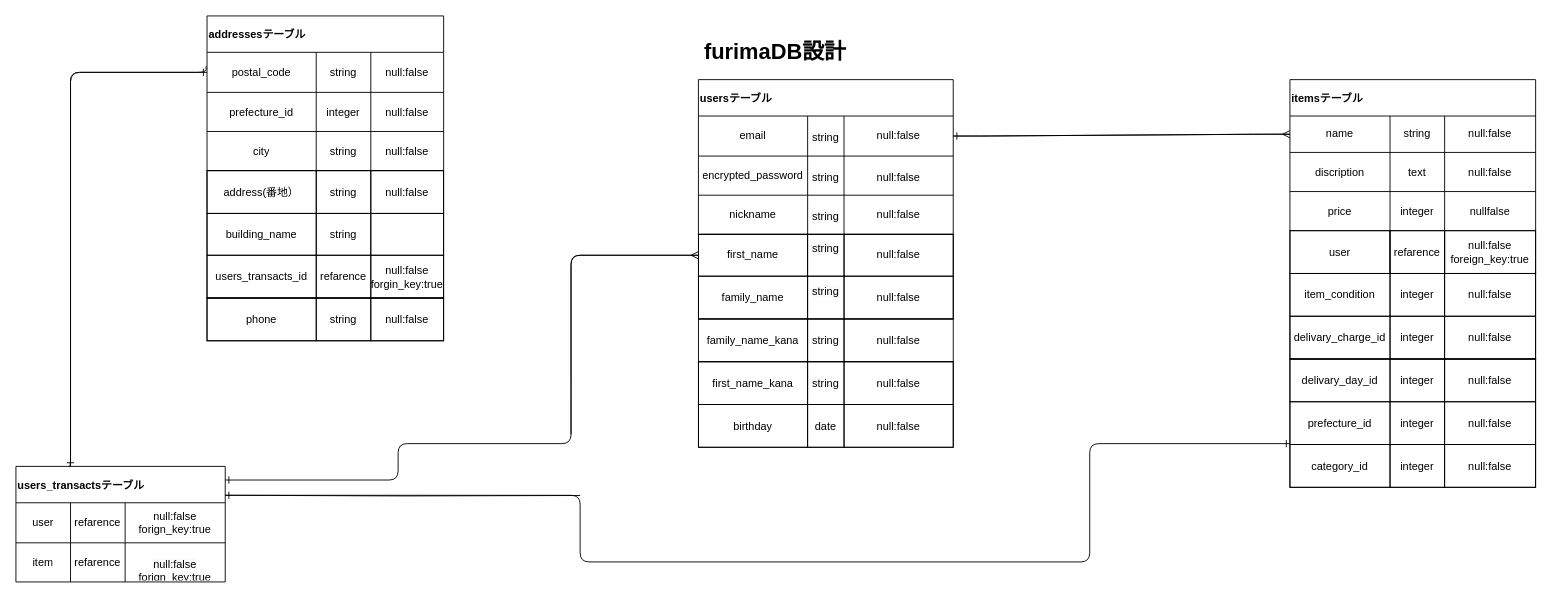
hiro1090/furima-40159 keeps this draw.io diagram as test.dio. Above is the earlier version. Source tidied: cells renumbered, new cells numbered last; positions are measured from the earlier drawing's top-left corner, leaving out a move shared by most shapes. Both pictures are drawn from the tidied source at 91%, with x=0, y=0 at pixel (15, 15).
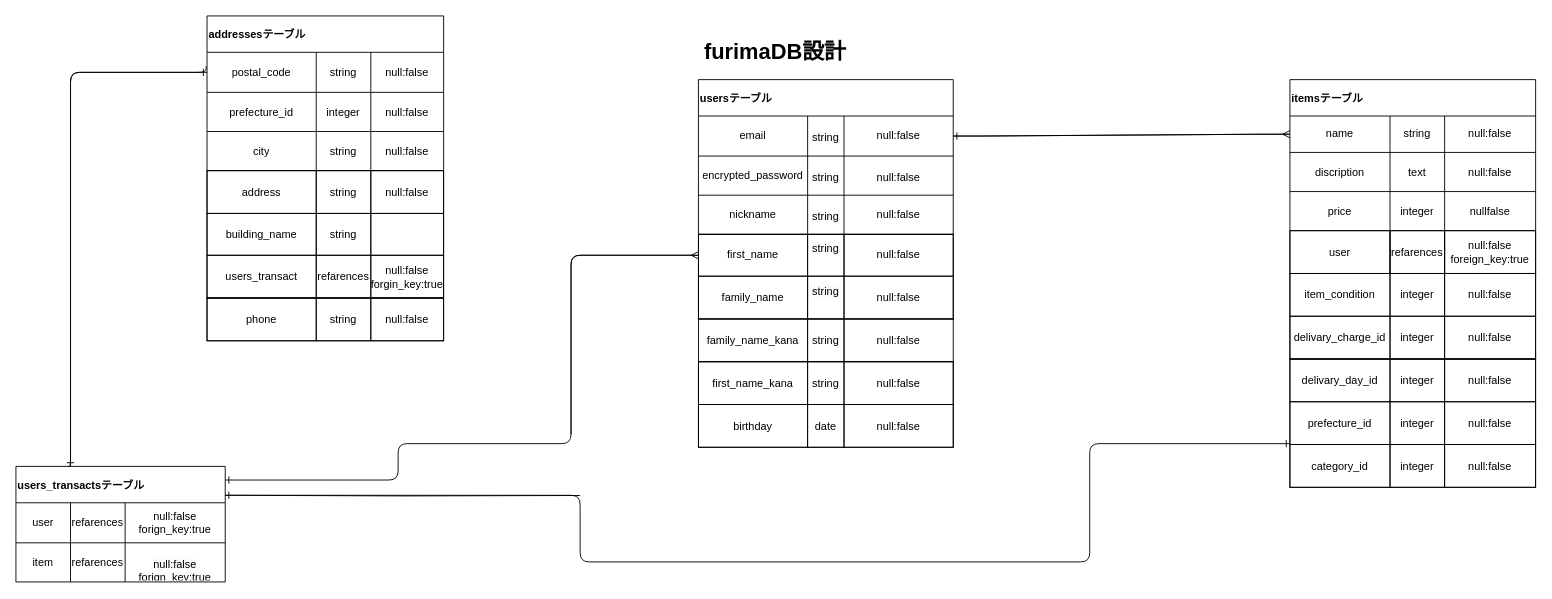
Above is the later version.

Unchanged cells that the change refers to:
```xml
<mxCell id="38" style="shape=tableRow;horizontal=0;startSize=0;swimlaneHead=0;swimlaneBody=0;top=0;left=0;bottom=0;right=0;fontStyle=0;fillColor=none;strokeColor=inherit;sketch=0;strokeWidth=1;" parent="25" vertex="1">
  <mxGeometry y="166" width="270" height="47" as="geometry" />
</mxCell>
<mxCell id="56" style="shape=tableRow;horizontal=0;startSize=0;swimlaneHead=0;swimlaneBody=0;top=0;left=0;bottom=0;right=0;fontStyle=0;fillColor=none;strokeColor=inherit;sketch=0;strokeWidth=1;" parent="55" vertex="1">
  <mxGeometry width="260" height="47" as="geometry" />
</mxCell>
<mxCell id="64" style="shape=tableRow;horizontal=0;startSize=0;swimlaneHead=0;swimlaneBody=0;top=0;left=0;bottom=0;right=0;fontStyle=0;fillColor=none;strokeColor=inherit;sketch=0;strokeWidth=1;" parent="55" vertex="1">
  <mxGeometry y="93" width="260" height="47" as="geometry" />
</mxCell>
<mxCell id="106" style="shape=tableRow;horizontal=0;startSize=0;swimlaneHead=0;swimlaneBody=0;top=0;left=0;bottom=0;right=0;fillColor=none;" parent="105" vertex="1">
  <mxGeometry y="40" width="230" height="44" as="geometry" />
</mxCell>
<mxCell id="110" style="shape=tableRow;horizontal=0;startSize=0;swimlaneHead=0;swimlaneBody=0;top=0;left=0;bottom=0;right=0;fillColor=none;" parent="105" vertex="1">
  <mxGeometry y="84" width="230" height="43" as="geometry" />
</mxCell>
```

What changed in the source:
```diff
@@
-    <mxCell id="40" value="refarence" style="strokeColor=inherit;fillColor=none;align=center;whiteSpace=wrap;html=1;sketch=0;strokeWidth=1;" parent="38" vertex="1">
+    <mxCell id="40" value="refarences" style="strokeColor=inherit;fillColor=none;align=center;whiteSpace=wrap;html=1;sketch=0;strokeWidth=1;" parent="38" vertex="1">
       <mxGeometry x="110" width="60" height="47" as="geometry" />
     </mxCell>
@@
-    <mxCell id="57" value="address(番地）" style="strokeColor=inherit;fillColor=none;align=center;whiteSpace=wrap;html=1;sketch=0;strokeWidth=1;" parent="56" vertex="1">
+    <mxCell id="57" value="address" style="strokeColor=inherit;fillColor=none;align=center;whiteSpace=wrap;html=1;sketch=0;strokeWidth=1;" parent="56" vertex="1">
       <mxGeometry width="120" height="47" as="geometry" />
     </mxCell>
@@
-    <mxCell id="65" value="users_transacts_id" style="strokeColor=inherit;fillColor=none;align=center;whiteSpace=wrap;html=1;sketch=0;strokeWidth=1;" parent="64" vertex="1">
+    <mxCell id="65" value="users_transact" style="strokeColor=inherit;fillColor=none;align=center;whiteSpace=wrap;html=1;sketch=0;strokeWidth=1;" parent="64" vertex="1">
       <mxGeometry width="120" height="47" as="geometry" />
     </mxCell>
-    <mxCell id="66" value="refarence" style="strokeColor=inherit;fillColor=none;align=center;whiteSpace=wrap;html=1;sketch=0;strokeWidth=1;" parent="64" vertex="1">
+    <mxCell id="66" value="refarences" style="strokeColor=inherit;fillColor=none;align=center;whiteSpace=wrap;html=1;sketch=0;strokeWidth=1;" parent="64" vertex="1">
       <mxGeometry x="120" width="60" height="47" as="geometry" />
     </mxCell>
@@
-    <mxCell id="108" value="refarence" style="shape=partialRectangle;html=1;whiteSpace=wrap;fillColor=none;top=0;left=0;bottom=0;right=0;overflow=hidden;" parent="106" vertex="1">
+    <mxCell id="108" value="refarences" style="shape=partialRectangle;html=1;whiteSpace=wrap;fillColor=none;top=0;left=0;bottom=0;right=0;overflow=hidden;" parent="106" vertex="1">
       <mxGeometry x="60" width="60" height="44" as="geometry" />
     </mxCell>
@@
-    <mxCell id="112" value="refarence" style="shape=partialRectangle;html=1;whiteSpace=wrap;fillColor=none;top=0;left=0;bottom=0;right=0;overflow=hidden;" parent="110" vertex="1">
+    <mxCell id="112" value="refarences" style="shape=partialRectangle;html=1;whiteSpace=wrap;fillColor=none;top=0;left=0;bottom=0;right=0;overflow=hidden;" parent="110" vertex="1">
       <mxGeometry x="60" width="60" height="43" as="geometry" />
     </mxCell>
```
